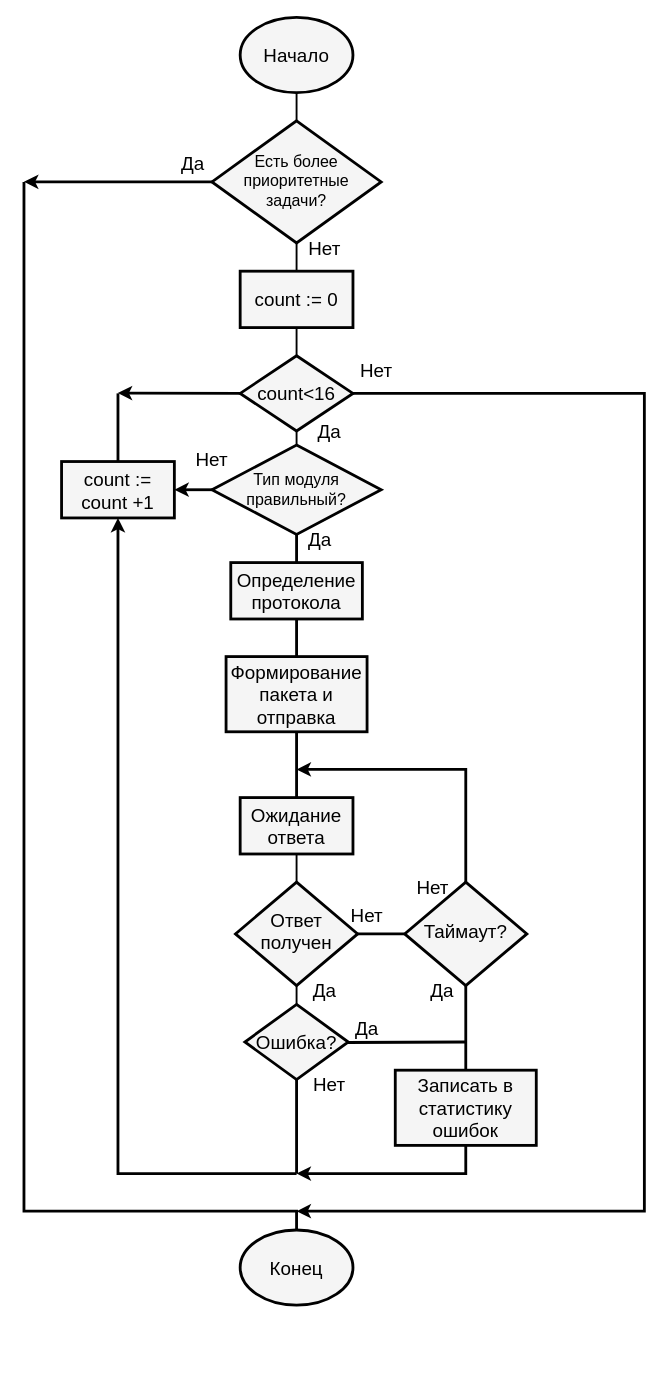
The draw.io diagram algoritms/client.drawio in Askay49/diplom, before the edit. Source tidied: cells renumbered, new cells numbered last; positions are measured from the earlier drawing's top-left corner, leaving out a move shared by most shapes. Both pictures are drawn from the tidied source at 94%, with x=0, y=0 at pixel (24, 17).
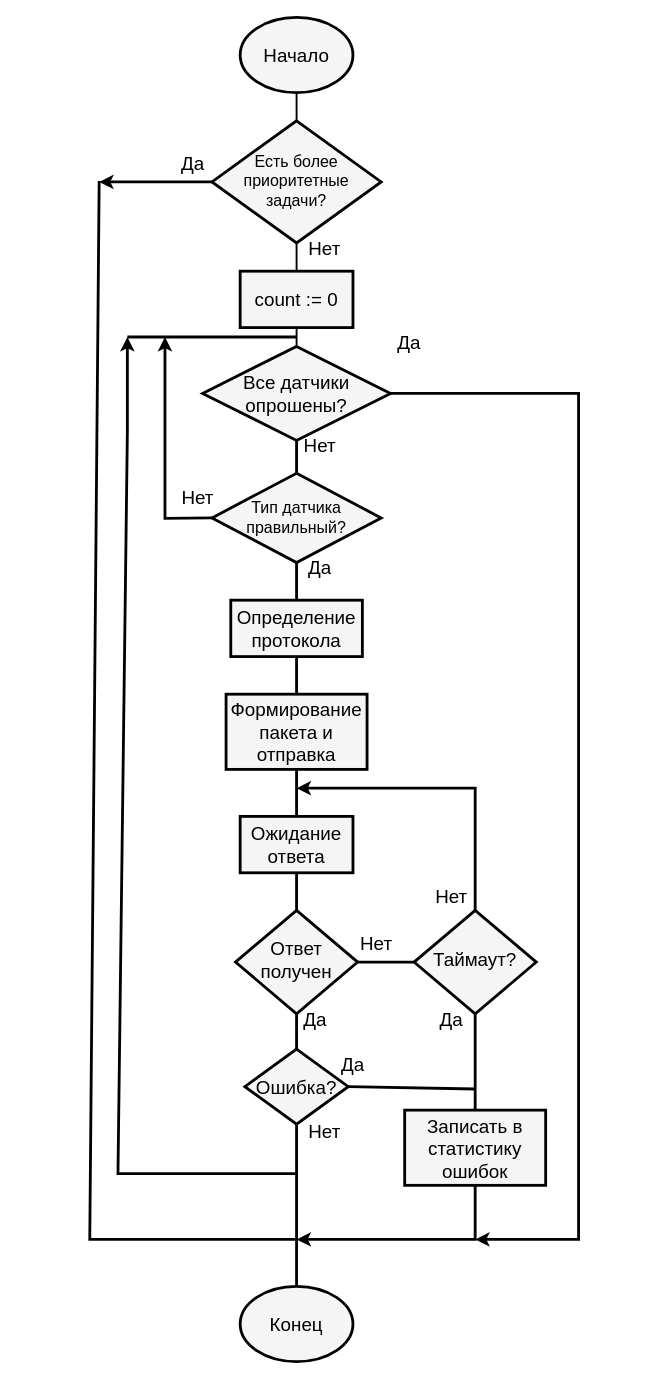
After the change.

Unchanged cells that the change refers to:
```xml
<mxCell id="7" value="Есть более приоритетные &lt;br&gt;задачи?" style="rhombus;whiteSpace=wrap;html=1;strokeColor=#000000;strokeWidth=3;fontFamily=Helvetica;fontSize=17;fontColor=#000000;fillColor=#f5f5f5;gradientColor=none;" parent="1" vertex="1">
  <mxGeometry x="200" y="110" width="180" height="130" as="geometry" />
</mxCell>
```

Diff of the diagram source:
```diff
@@
-    <mxCell id="5" style="edgeStyle=none;html=1;strokeColor=#000000;strokeWidth=3;rounded=0;endArrow=none;endFill=0;entryX=0.5;entryY=0;entryDx=0;entryDy=0;" parent="1" edge="1" target="45">
-      <mxGeometry relative="1" as="geometry">
-        <mxPoint y="180" as="sourcePoint" />
-        <Array as="points">
-          <mxPoint y="175" />
-          <mxPoint y="1270" />
-          <mxPoint x="290" y="1270" />
-        </Array>
-      </mxGeometry>
-    </mxCell>
     <mxCell id="6" style="edgeStyle=none;shape=connector;rounded=0;html=1;exitX=0;exitY=0.5;exitDx=0;exitDy=0;labelBackgroundColor=default;strokeColor=#000000;strokeWidth=3;fontFamily=Helvetica;fontSize=17;fontColor=#000000;startArrow=none;startFill=0;endArrow=classic;endFill=1;" parent="1" edge="1" source="7">
       <mxGeometry relative="1" as="geometry">
-        <mxPoint y="174.9" as="targetPoint" />
+        <mxPoint x="80" y="175" as="targetPoint" />
       </mxGeometry>
     </mxCell>
@@
-    <mxCell id="11" style="edgeStyle=none;shape=connector;rounded=0;html=1;exitX=0.5;exitY=1;exitDx=0;exitDy=0;entryX=0.5;entryY=0;entryDx=0;entryDy=0;labelBackgroundColor=default;strokeColor=#000000;strokeWidth=2;fontFamily=Helvetica;fontSize=20;fontColor=#000000;endArrow=none;endFill=0;" parent="1" edge="1" source="14" target="17">
+    <mxCell id="11" style="edgeStyle=none;shape=connector;rounded=0;html=1;exitX=0.5;exitY=1;exitDx=0;exitDy=0;entryX=0.5;entryY=0;entryDx=0;entryDy=0;labelBackgroundColor=default;strokeColor=#000000;strokeWidth=3;fontFamily=Helvetica;fontSize=20;fontColor=#000000;endArrow=none;endFill=0;" parent="1" edge="1" source="14" target="17">
       <mxGeometry relative="1" as="geometry" />
     </mxCell>
-    <mxCell id="12" style="edgeStyle=none;shape=connector;rounded=0;html=1;exitX=1;exitY=0.5;exitDx=0;exitDy=0;labelBackgroundColor=default;strokeColor=#000000;strokeWidth=3;fontFamily=Helvetica;fontSize=17;fontColor=#000000;endArrow=classic;endFill=1;" parent="1" edge="1" source="14">
-      <mxGeometry relative="1" as="geometry">
-        <mxPoint x="290" y="1270" as="targetPoint" />
-        <Array as="points">
-          <mxPoint x="660" y="400" />
-          <mxPoint x="660" y="1270" />
-          <mxPoint x="290" y="1270" />
-        </Array>
-      </mxGeometry>
-    </mxCell>
-    <mxCell id="13" style="edgeStyle=none;shape=connector;rounded=0;html=1;exitX=0;exitY=0.5;exitDx=0;exitDy=0;entryX=0.215;entryY=0.308;entryDx=0;entryDy=0;entryPerimeter=0;labelBackgroundColor=default;strokeColor=#000000;strokeWidth=3;fontFamily=Helvetica;fontSize=17;fontColor=#000000;endArrow=classic;endFill=1;" parent="1" edge="1" source="14">
-      <mxGeometry relative="1" as="geometry">
-        <mxPoint x="99.8" y="399.7" as="targetPoint" />
-      </mxGeometry>
-    </mxCell>
+    <mxCell id="50" style="edgeStyle=none;html=1;exitX=1;exitY=0.5;exitDx=0;exitDy=0;strokeWidth=3;endArrow=classic;endFill=1;rounded=0;" parent="1" edge="1" source="14">
+      <mxGeometry relative="1" as="geometry">
+        <mxPoint x="480" y="1300" as="targetPoint" />
+        <Array as="points">
+          <mxPoint x="590" y="400" />
+          <mxPoint x="590" y="1300" />
+        </Array>
+      </mxGeometry>
+    </mxCell>
-    <mxCell id="14" value="count&amp;lt;16" style="rhombus;whiteSpace=wrap;html=1;strokeColor=#000000;strokeWidth=3;fontFamily=Helvetica;fontSize=20;fontColor=#000000;fillColor=#f5f5f5;gradientColor=none;" parent="1" vertex="1">
-      <mxGeometry x="230" y="360" width="120" height="80" as="geometry" />
+    <mxCell id="14" value="Все датчики опрошены?" style="rhombus;whiteSpace=wrap;html=1;strokeColor=#000000;strokeWidth=3;fontFamily=Helvetica;fontSize=20;fontColor=#000000;fillColor=#f5f5f5;gradientColor=none;" parent="1" vertex="1">
+      <mxGeometry x="190" y="350" width="200" height="100" as="geometry" />
     </mxCell>
-    <mxCell id="15" style="edgeStyle=none;shape=connector;rounded=0;html=1;exitX=0.5;exitY=1;exitDx=0;exitDy=0;entryX=0.5;entryY=0;entryDx=0;entryDy=0;labelBackgroundColor=default;strokeColor=#000000;strokeWidth=3;fontFamily=Helvetica;fontSize=20;fontColor=#000000;endArrow=none;endFill=0;" parent="1" edge="1" source="17">
+    <mxCell id="15" style="edgeStyle=none;shape=connector;rounded=0;html=1;exitX=0.5;exitY=1;exitDx=0;exitDy=0;entryX=0.5;entryY=0;entryDx=0;entryDy=0;labelBackgroundColor=default;strokeColor=#000000;strokeWidth=3;fontFamily=Helvetica;fontSize=20;fontColor=#000000;endArrow=none;endFill=0;startArrow=none;" parent="1" edge="1" source="24">
       <mxGeometry relative="1" as="geometry">
-        <mxPoint x="290" y="580" as="targetPoint" />
+        <mxPoint x="300" y="647.5" as="targetPoint" />
       </mxGeometry>
     </mxCell>
-    <mxCell id="16" style="edgeStyle=none;shape=connector;rounded=0;html=1;exitX=0;exitY=0.5;exitDx=0;exitDy=0;entryX=1;entryY=0.5;entryDx=0;entryDy=0;labelBackgroundColor=default;strokeColor=#000000;strokeWidth=3;fontFamily=Helvetica;fontSize=17;fontColor=#000000;startArrow=none;startFill=0;endArrow=classic;endFill=1;" parent="1" edge="1" source="17" target="19">
-      <mxGeometry relative="1" as="geometry" />
-    </mxCell>
+    <mxCell id="51" style="edgeStyle=none;rounded=0;html=1;exitX=0;exitY=0.5;exitDx=0;exitDy=0;strokeWidth=3;endArrow=classic;endFill=1;" parent="1" edge="1" source="17">
+      <mxGeometry relative="1" as="geometry">
+        <mxPoint x="150" y="340" as="targetPoint" />
+        <Array as="points">
+          <mxPoint x="150" y="533" />
+        </Array>
+      </mxGeometry>
+    </mxCell>
-    <mxCell id="17" value="&lt;p style=&quot;line-height: 120%; font-size: 17px;&quot;&gt;Тип модуля правильный?&lt;/p&gt;" style="rhombus;whiteSpace=wrap;html=1;strokeColor=#000000;strokeWidth=3;fontFamily=Helvetica;fontSize=13;fontColor=#000000;fillColor=#f5f5f5;gradientColor=none;spacingTop=1;" parent="1" vertex="1">
-      <mxGeometry x="200" y="455" width="180" height="95" as="geometry" />
+    <mxCell id="17" value="&lt;p style=&quot;line-height: 120%; font-size: 17px;&quot;&gt;Тип датчика правильный?&lt;/p&gt;" style="rhombus;whiteSpace=wrap;html=1;strokeColor=#000000;strokeWidth=3;fontFamily=Helvetica;fontSize=13;fontColor=#000000;fillColor=#f5f5f5;gradientColor=none;spacingTop=1;" parent="1" vertex="1">
+      <mxGeometry x="200" y="485" width="180" height="95" as="geometry" />
     </mxCell>
-    <mxCell id="18" style="edgeStyle=none;shape=connector;rounded=0;html=1;exitX=0.5;exitY=0;exitDx=0;exitDy=0;labelBackgroundColor=default;strokeColor=#000000;strokeWidth=3;fontFamily=Helvetica;fontSize=17;fontColor=#000000;endArrow=none;endFill=0;startArrow=none;startFill=0;" parent="1" edge="1" source="19">
-      <mxGeometry relative="1" as="geometry">
-        <mxPoint x="100" y="400" as="targetPoint" />
-      </mxGeometry>
-    </mxCell>
-    <mxCell id="19" value="count := count +1" style="rounded=0;whiteSpace=wrap;html=1;strokeColor=#000000;strokeWidth=3;fontFamily=Helvetica;fontSize=20;fontColor=#000000;fillColor=#f5f5f5;gradientColor=none;" parent="1" vertex="1">
-      <mxGeometry x="40" y="472.5" width="120" height="60" as="geometry" />
-    </mxCell>
     <mxCell id="20" value="Да" style="text;html=1;strokeColor=none;fillColor=none;align=center;verticalAlign=middle;whiteSpace=wrap;rounded=0;strokeWidth=3;fontFamily=Helvetica;fontSize=20;fontColor=#000000;" parent="1" vertex="1">
-      <mxGeometry x="295" y="425" width="60" height="30" as="geometry" />
+      <mxGeometry x="380" y="330" width="60" height="30" as="geometry" />
     </mxCell>
     <mxCell id="21" value="Нет" style="text;html=1;strokeColor=none;fillColor=none;align=center;verticalAlign=middle;whiteSpace=wrap;rounded=0;strokeWidth=3;fontFamily=Helvetica;fontSize=20;fontColor=#000000;" parent="1" vertex="1">
-      <mxGeometry x="170" y="455" width="60" height="30" as="geometry" />
+      <mxGeometry x="155" y="495" width="60" height="30" as="geometry" />
     </mxCell>
     <mxCell id="22" value="Да" style="text;html=1;strokeColor=none;fillColor=none;align=center;verticalAlign=middle;whiteSpace=wrap;rounded=0;strokeWidth=3;fontFamily=Helvetica;fontSize=20;fontColor=#000000;" parent="1" vertex="1">
-      <mxGeometry x="285" y="540" width="60" height="30" as="geometry" />
+      <mxGeometry x="285" y="570" width="60" height="30" as="geometry" />
     </mxCell>
@@
-    <mxCell id="24" value="Определение протокола" style="rounded=0;whiteSpace=wrap;html=1;strokeColor=#000000;strokeWidth=3;fontFamily=Helvetica;fontSize=20;fontColor=#000000;fillColor=#f5f5f5;gradientColor=none;" parent="1" vertex="1">
-      <mxGeometry x="220" y="580" width="140" height="60" as="geometry" />
-    </mxCell>
-    <mxCell id="25" style="edgeStyle=none;shape=connector;rounded=0;html=1;exitX=0.5;exitY=1;exitDx=0;exitDy=0;entryX=0.5;entryY=0;entryDx=0;entryDy=0;labelBackgroundColor=default;strokeColor=#000000;strokeWidth=2;fontFamily=Helvetica;fontSize=20;fontColor=#000000;endArrow=none;endFill=0;" parent="1" edge="1" source="26" target="29">
+    <mxCell id="25" style="edgeStyle=none;shape=connector;rounded=0;html=1;exitX=0.5;exitY=1;exitDx=0;exitDy=0;entryX=0.5;entryY=0;entryDx=0;entryDy=0;labelBackgroundColor=default;strokeColor=#000000;strokeWidth=3;fontFamily=Helvetica;fontSize=20;fontColor=#000000;endArrow=none;endFill=0;" parent="1" edge="1" source="26" target="29">
       <mxGeometry relative="1" as="geometry" />
     </mxCell>
     <mxCell id="26" value="Ожидание ответа" style="rounded=0;whiteSpace=wrap;html=1;strokeColor=#000000;strokeWidth=3;fontFamily=Helvetica;fontSize=20;fontColor=#000000;fillColor=#f5f5f5;gradientColor=none;" parent="1" vertex="1">
-      <mxGeometry x="230" y="830" width="120" height="60" as="geometry" />
+      <mxGeometry x="230" y="850" width="120" height="60" as="geometry" />
     </mxCell>
-    <mxCell id="27" style="edgeStyle=none;shape=connector;rounded=0;html=1;exitX=0.5;exitY=1;exitDx=0;exitDy=0;entryX=0.5;entryY=0;entryDx=0;entryDy=0;labelBackgroundColor=default;strokeColor=#000000;strokeWidth=2;fontFamily=Helvetica;fontSize=20;fontColor=#000000;endArrow=none;endFill=0;" parent="1" edge="1" source="29" target="30">
+    <mxCell id="27" style="edgeStyle=none;shape=connector;rounded=0;html=1;exitX=0.5;exitY=1;exitDx=0;exitDy=0;entryX=0.5;entryY=0;entryDx=0;entryDy=0;labelBackgroundColor=default;strokeColor=#000000;strokeWidth=3;fontFamily=Helvetica;fontSize=20;fontColor=#000000;endArrow=none;endFill=0;" parent="1" edge="1" source="29" target="30">
       <mxGeometry relative="1" as="geometry" />
     </mxCell>
@@
     <mxCell id="29" value="Ответ &lt;br&gt;получен" style="rhombus;whiteSpace=wrap;html=1;strokeColor=#000000;strokeWidth=3;fontFamily=Helvetica;fontSize=20;fontColor=#000000;fillColor=#f5f5f5;gradientColor=none;spacingTop=-6;" parent="1" vertex="1">
-      <mxGeometry x="225" y="920" width="130" height="110" as="geometry" />
+      <mxGeometry x="225" y="950" width="130" height="110" as="geometry" />
     </mxCell>
     <mxCell id="30" value="Ошибка?" style="rhombus;whiteSpace=wrap;html=1;strokeColor=#000000;strokeWidth=3;fontFamily=Helvetica;fontSize=20;fontColor=#000000;fillColor=#f5f5f5;gradientColor=none;" parent="1" vertex="1">
-      <mxGeometry x="235" y="1050" width="110" height="80" as="geometry" />
+      <mxGeometry x="235" y="1097.5" width="110" height="80" as="geometry" />
     </mxCell>
     <mxCell id="31" style="edgeStyle=none;shape=connector;rounded=0;html=1;exitX=0.5;exitY=1;exitDx=0;exitDy=0;labelBackgroundColor=default;strokeColor=#000000;strokeWidth=3;fontFamily=Helvetica;fontSize=17;fontColor=#000000;startArrow=none;startFill=0;endArrow=classic;endFill=1;" parent="1" edge="1" source="32">
       <mxGeometry relative="1" as="geometry">
-        <mxPoint x="290" y="1230" as="targetPoint" />
+        <mxPoint x="290" y="1300" as="targetPoint" />
         <Array as="points">
-          <mxPoint x="470" y="1230" />
+          <mxPoint x="480" y="1300" />
         </Array>
       </mxGeometry>
     </mxCell>
     <mxCell id="32" value="Записать в статистику ошибок" style="rounded=0;whiteSpace=wrap;html=1;strokeColor=#000000;strokeWidth=3;fontFamily=Helvetica;fontSize=20;fontColor=#000000;fillColor=#f5f5f5;gradientColor=none;" parent="1" vertex="1">
-      <mxGeometry x="395" y="1120" width="150" height="80" as="geometry" />
+      <mxGeometry x="405" y="1162.5" width="150" height="80" as="geometry" />
     </mxCell>
-    <mxCell id="33" style="edgeStyle=none;shape=connector;rounded=0;html=1;exitX=0.142;exitY=1.017;exitDx=0;exitDy=0;labelBackgroundColor=default;strokeColor=#000000;strokeWidth=3;fontFamily=Helvetica;fontSize=17;fontColor=#000000;startArrow=none;startFill=0;endArrow=none;endFill=0;endSize=7;targetPerimeterSpacing=-14;sourcePerimeterSpacing=-10;startSize=0;jumpSize=1;exitPerimeter=0;" parent="1" edge="1" source="34">
+    <mxCell id="33" style="edgeStyle=none;shape=connector;rounded=0;html=1;exitX=1;exitY=0.5;exitDx=0;exitDy=0;labelBackgroundColor=default;strokeColor=#000000;strokeWidth=3;fontFamily=Helvetica;fontSize=17;fontColor=#000000;startArrow=none;startFill=0;endArrow=none;endFill=0;endSize=7;targetPerimeterSpacing=-14;sourcePerimeterSpacing=-10;startSize=0;jumpSize=1;" parent="1" edge="1" source="30">
       <mxGeometry relative="1" as="geometry">
-        <mxPoint x="470" y="1090" as="targetPoint" />
+        <mxPoint x="480" y="1140" as="targetPoint" />
       </mxGeometry>
     </mxCell>
     <mxCell id="34" value="Да" style="text;html=1;strokeColor=none;fillColor=none;align=center;verticalAlign=middle;whiteSpace=wrap;rounded=0;strokeWidth=3;fontFamily=Helvetica;fontSize=20;fontColor=#000000;" parent="1" vertex="1">
-      <mxGeometry x="335" y="1060" width="60" height="30" as="geometry" />
+      <mxGeometry x="320" y="1097.5" width="60" height="30" as="geometry" />
     </mxCell>
-    <mxCell id="35" style="edgeStyle=none;shape=connector;rounded=0;html=1;labelBackgroundColor=default;strokeColor=#000000;strokeWidth=3;fontFamily=Helvetica;fontSize=20;fontColor=#000000;endArrow=classic;endFill=1;entryX=0.5;entryY=1;entryDx=0;entryDy=0;" parent="1" edge="1" target="19">
+    <mxCell id="35" style="edgeStyle=none;shape=connector;rounded=0;html=1;labelBackgroundColor=default;strokeColor=#000000;strokeWidth=3;fontFamily=Helvetica;fontSize=20;fontColor=#000000;endArrow=classic;endFill=1;" parent="1" edge="1">
       <mxGeometry relative="1" as="geometry">
         <mxPoint x="290" y="1230" as="sourcePoint" />
+        <mxPoint x="110" y="340" as="targetPoint" />
         <Array as="points">
           <mxPoint x="290" y="1230" />
           <mxPoint x="100" y="1230" />
-          <mxPoint x="100" y="570" />
+          <mxPoint x="110" y="440" />
         </Array>
       </mxGeometry>
     </mxCell>
     <mxCell id="36" style="edgeStyle=none;shape=connector;rounded=0;html=1;exitX=0.5;exitY=1;exitDx=0;exitDy=0;labelBackgroundColor=default;strokeColor=#000000;strokeWidth=3;fontFamily=Helvetica;fontSize=17;fontColor=#000000;startArrow=none;startFill=0;endArrow=none;endFill=0;startSize=0;endSize=7;" parent="1" edge="1" source="30">
       <mxGeometry relative="1" as="geometry">
-        <mxPoint x="290" y="1230" as="targetPoint" />
+        <mxPoint x="290" y="1300" as="targetPoint" />
       </mxGeometry>
     </mxCell>
     <mxCell id="37" value="Нет" style="text;html=1;strokeColor=none;fillColor=none;align=center;verticalAlign=middle;whiteSpace=wrap;rounded=0;strokeWidth=3;fontFamily=Helvetica;fontSize=20;fontColor=#000000;" parent="1" vertex="1">
-      <mxGeometry x="295" y="1120" width="60" height="30" as="geometry" />
+      <mxGeometry x="290" y="1170" width="60" height="30" as="geometry" />
     </mxCell>
     <mxCell id="38" value="Да" style="text;html=1;strokeColor=none;fillColor=none;align=center;verticalAlign=middle;whiteSpace=wrap;rounded=0;strokeWidth=3;fontFamily=Helvetica;fontSize=20;fontColor=#000000;" parent="1" vertex="1">
-      <mxGeometry x="290" y="1020" width="60" height="30" as="geometry" />
+      <mxGeometry x="280" y="1050" width="60" height="30" as="geometry" />
     </mxCell>
@@
     <mxCell id="40" style="edgeStyle=none;shape=connector;rounded=0;html=1;exitX=0.5;exitY=0;exitDx=0;exitDy=0;labelBackgroundColor=default;strokeColor=#000000;strokeWidth=3;fontFamily=Helvetica;fontSize=20;fontColor=#000000;endArrow=classic;endFill=1;" parent="1" edge="1" source="41">
       <mxGeometry relative="1" as="geometry">
-        <mxPoint x="290" y="800" as="targetPoint" />
+        <mxPoint x="290" y="820" as="targetPoint" />
         <Array as="points">
-          <mxPoint x="470" y="800" />
+          <mxPoint x="480" y="820" />
         </Array>
       </mxGeometry>
     </mxCell>
     <mxCell id="41" value="Таймаут?" style="rhombus;whiteSpace=wrap;html=1;strokeColor=#000000;strokeWidth=3;fontFamily=Helvetica;fontSize=20;fontColor=#000000;fillColor=#f5f5f5;gradientColor=none;spacingTop=-6;" parent="1" vertex="1">
-      <mxGeometry x="405" y="920" width="130" height="110" as="geometry" />
+      <mxGeometry x="415" y="950" width="130" height="110" as="geometry" />
     </mxCell>
     <mxCell id="42" value="Нет" style="text;html=1;strokeColor=none;fillColor=none;align=center;verticalAlign=middle;whiteSpace=wrap;rounded=0;strokeWidth=3;fontFamily=Helvetica;fontSize=20;fontColor=#000000;" parent="1" vertex="1">
-      <mxGeometry x="405" y="910" width="60" height="30" as="geometry" />
+      <mxGeometry x="425" y="920" width="60" height="30" as="geometry" />
     </mxCell>
     <mxCell id="43" value="Да" style="text;html=1;strokeColor=none;fillColor=none;align=center;verticalAlign=middle;whiteSpace=wrap;rounded=0;strokeWidth=3;fontFamily=Helvetica;fontSize=20;fontColor=#000000;" parent="1" vertex="1">
-      <mxGeometry x="415" y="1020" width="60" height="30" as="geometry" />
+      <mxGeometry x="425" y="1050" width="60" height="30" as="geometry" />
     </mxCell>
     <mxCell id="44" value="Нет" style="text;html=1;strokeColor=none;fillColor=none;align=center;verticalAlign=middle;whiteSpace=wrap;rounded=0;strokeWidth=3;fontFamily=Helvetica;fontSize=20;fontColor=#000000;" parent="1" vertex="1">
-      <mxGeometry x="335" y="940" width="60" height="30" as="geometry" />
+      <mxGeometry x="345" y="970" width="60" height="30" as="geometry" />
     </mxCell>
+    <mxCell id="52" style="edgeStyle=none;html=1;exitX=0.5;exitY=0;exitDx=0;exitDy=0;strokeWidth=3;endArrow=none;endFill=0;rounded=0;" parent="1" edge="1" source="45">
+      <mxGeometry relative="1" as="geometry">
+        <mxPoint x="80" y="174" as="targetPoint" />
+        <Array as="points">
+          <mxPoint x="290" y="1300" />
+          <mxPoint x="70" y="1300" />
+        </Array>
+      </mxGeometry>
+    </mxCell>
     <mxCell id="45" value="Конец" style="ellipse;whiteSpace=wrap;html=1;strokeColor=#000000;strokeWidth=3;fontFamily=Helvetica;fontSize=20;fontColor=#000000;fillColor=#f5f5f5;gradientColor=none;" parent="1" vertex="1">
-      <mxGeometry x="230" y="1290" width="120" height="80" as="geometry" />
+      <mxGeometry x="230" y="1350" width="120" height="80" as="geometry" />
     </mxCell>
     <mxCell id="46" value="Нет" style="text;html=1;strokeColor=none;fillColor=none;align=center;verticalAlign=middle;whiteSpace=wrap;rounded=0;strokeWidth=3;fontFamily=Helvetica;fontSize=20;fontColor=#000000;" parent="1" vertex="1">
-      <mxGeometry x="345" y="360" width="60" height="30" as="geometry" />
+      <mxGeometry x="285" y="440" width="60" height="30" as="geometry" />
     </mxCell>
@@
     <mxCell id="49" value="Формирование пакета и отправка" style="rounded=0;whiteSpace=wrap;html=1;strokeColor=#000000;strokeWidth=3;fontFamily=Helvetica;fontSize=20;fontColor=#000000;fillColor=#f5f5f5;gradientColor=none;" parent="1" vertex="1">
-      <mxGeometry x="215" y="680" width="150" height="80" as="geometry" />
+      <mxGeometry x="215" y="720" width="150" height="80" as="geometry" />
     </mxCell>
+    <mxCell id="53" style="edgeStyle=none;shape=connector;rounded=0;html=1;exitX=0.5;exitY=1;exitDx=0;exitDy=0;entryX=0.5;entryY=0;entryDx=0;entryDy=0;labelBackgroundColor=default;strokeColor=#000000;strokeWidth=3;fontFamily=Helvetica;fontSize=20;fontColor=#000000;endArrow=none;endFill=0;" parent="1" edge="1" source="17" target="24">
+      <mxGeometry relative="1" as="geometry" />
+    </mxCell>
+    <mxCell id="24" value="Определение протокола" style="rounded=0;whiteSpace=wrap;html=1;strokeColor=#000000;strokeWidth=3;fontFamily=Helvetica;fontSize=20;fontColor=#000000;fillColor=#f5f5f5;gradientColor=none;" parent="1" vertex="1">
+      <mxGeometry x="220" y="620" width="140" height="60" as="geometry" />
+    </mxCell>
+    <mxCell id="54" style="edgeStyle=none;orthogonalLoop=1;jettySize=auto;html=1;rounded=0;strokeWidth=3;endArrow=none;endFill=0;" parent="1" edge="1">
+      <mxGeometry relative="1" as="geometry">
+        <mxPoint x="110" y="340" as="sourcePoint" />
+        <mxPoint x="290" y="340" as="targetPoint" />
+      </mxGeometry>
+    </mxCell>
```
